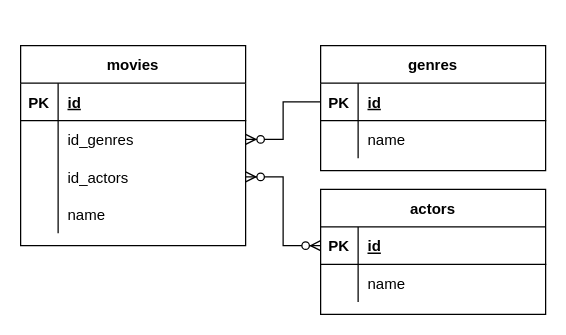
The draw.io diagram dev/images/database_model.drawio in mr-kaspel/restapi-task, before the edit. Source tidied: cells renumbered, new cells numbered last; positions are measured from the earlier drawing's top-left corner, leaving out a move shared by most shapes. Both pictures are drawn from the tidied source at 125%, with x=0, y=0 at pixel (20, 45).
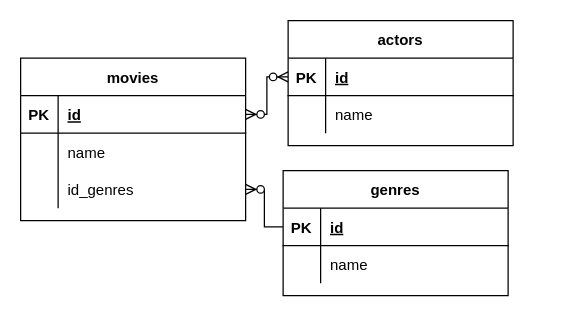
Above is the later version.

Unchanged cells that the change refers to:
```xml
<mxCell id="3" style="shape=tableRow;horizontal=0;startSize=0;swimlaneHead=0;swimlaneBody=0;fillColor=none;points=[[0,0.5],[1,0.5]];portConstraint=eastwest;top=0;left=0;right=0;bottom=1;" parent="2" vertex="1">
  <mxGeometry y="30" width="180" height="30" as="geometry" />
</mxCell>
<mxCell id="16" style="shape=tableRow;horizontal=0;startSize=0;swimlaneHead=0;swimlaneBody=0;fillColor=none;points=[[0,0.5],[1,0.5]];portConstraint=eastwest;top=0;left=0;right=0;bottom=1;" parent="15" vertex="1">
  <mxGeometry y="30" width="180" height="30" as="geometry" />
</mxCell>
<mxCell id="23" style="shape=tableRow;horizontal=0;startSize=0;swimlaneHead=0;swimlaneBody=0;fillColor=none;points=[[0,0.5],[1,0.5]];portConstraint=eastwest;top=0;left=0;right=0;bottom=1;" parent="22" vertex="1">
  <mxGeometry y="30" width="180" height="30" as="geometry" />
</mxCell>
```

Change to the diagram source:
```diff
@@
     <mxCell id="2" value="movies" style="shape=table;startSize=30;childLayout=tableLayout;rowLines=0;fontStyle=1;align=center;" parent="1" vertex="1">
-      <mxGeometry width="180" height="160" as="geometry" />
+      <mxGeometry y="10" width="180" height="130" as="geometry" />
     </mxCell>
@@
+    <mxCell id="12" style="shape=tableRow;horizontal=0;startSize=0;swimlaneHead=0;swimlaneBody=0;fillColor=none;top=0;left=0;right=0;bottom=0;" parent="2" vertex="1">
+      <mxGeometry y="60" width="180" height="30" as="geometry" />
+    </mxCell>
+    <mxCell id="13" style="shape=partialRectangle;fillColor=none;top=0;left=0;bottom=0;right=0;overflow=hidden;" parent="12" vertex="1">
+      <mxGeometry width="30" height="30" as="geometry" />
+    </mxCell>
+    <mxCell id="14" value="name" style="shape=partialRectangle;fillColor=none;top=0;left=0;bottom=0;right=0;align=left;spacingLeft=6;overflow=hidden;" parent="12" vertex="1">
+      <mxGeometry x="30" width="150" height="30" as="geometry" />
+    </mxCell>
     <mxCell id="6" style="shape=tableRow;horizontal=0;startSize=0;swimlaneHead=0;swimlaneBody=0;fillColor=none;points=[[0,0.5],[1,0.5]];portConstraint=eastwest;top=0;left=0;right=0;bottom=0;" parent="2" vertex="1">
-      <mxGeometry y="60" width="180" height="30" as="geometry" />
+      <mxGeometry y="90" width="180" height="30" as="geometry" />
     </mxCell>
@@
-    <mxCell id="9" style="shape=tableRow;horizontal=0;startSize=0;swimlaneHead=0;swimlaneBody=0;fillColor=none;points=[[0,0.5],[1,0.5]];portConstraint=eastwest;top=0;left=0;right=0;bottom=0;" parent="2" vertex="1">
-      <mxGeometry y="90" width="180" height="30" as="geometry" />
-    </mxCell>
-    <mxCell id="10" style="shape=partialRectangle;fillColor=none;top=0;left=0;bottom=0;right=0;overflow=hidden;" parent="9" vertex="1">
-      <mxGeometry width="30" height="30" as="geometry" />
-    </mxCell>
-    <mxCell id="11" value="id_actors" style="shape=partialRectangle;fillColor=none;top=0;left=0;bottom=0;right=0;align=left;spacingLeft=6;overflow=hidden;" parent="9" vertex="1">
-      <mxGeometry x="30" width="150" height="30" as="geometry" />
-    </mxCell>
-    <mxCell id="12" style="shape=tableRow;horizontal=0;startSize=0;swimlaneHead=0;swimlaneBody=0;fillColor=none;top=0;left=0;right=0;bottom=0;" parent="2" vertex="1">
-      <mxGeometry y="120" width="180" height="30" as="geometry" />
-    </mxCell>
-    <mxCell id="13" style="shape=partialRectangle;fillColor=none;top=0;left=0;bottom=0;right=0;overflow=hidden;" parent="12" vertex="1">
-      <mxGeometry width="30" height="30" as="geometry" />
-    </mxCell>
-    <mxCell id="14" value="name" style="shape=partialRectangle;fillColor=none;top=0;left=0;bottom=0;right=0;align=left;spacingLeft=6;overflow=hidden;" parent="12" vertex="1">
-      <mxGeometry x="30" width="150" height="30" as="geometry" />
-    </mxCell>
     <mxCell id="15" value="genres" style="shape=table;startSize=30;childLayout=tableLayout;rowLines=0;fontStyle=1;align=center;" parent="1" vertex="1">
-      <mxGeometry x="240" width="180" height="100" as="geometry" />
+      <mxGeometry x="210" y="100" width="180" height="100" as="geometry" />
     </mxCell>
@@
     <mxCell id="22" value="actors" style="shape=table;startSize=30;childLayout=tableLayout;rowLines=0;fontStyle=1;align=center;" parent="1" vertex="1">
-      <mxGeometry x="240" y="115" width="180" height="100" as="geometry" />
+      <mxGeometry x="214" y="-20" width="180" height="100" as="geometry" />
     </mxCell>
@@
-    <mxCell id="29" style="edgeStyle=elbowEdgeStyle;fontSize=12;html=1;endArrow=ERzeroToMany;endFill=1;startArrow=ERzeroToMany;rounded=0;exitX=1;exitY=0.5;exitDx=0;exitDy=0;entryX=0;entryY=0.5;entryDx=0;entryDy=0;" parent="1" edge="1" source="9" target="23">
+    <mxCell id="29" style="edgeStyle=elbowEdgeStyle;fontSize=12;html=1;endArrow=ERzeroToMany;endFill=1;startArrow=ERzeroToMany;rounded=0;exitX=1;exitY=0.5;exitDx=0;exitDy=0;entryX=0;entryY=0.5;entryDx=0;entryDy=0;" parent="1" edge="1" source="3" target="23">
       <mxGeometry relative="1" as="geometry" />
     </mxCell>
-    <mxCell id="30" style="edgeStyle=elbowEdgeStyle;fontSize=12;html=1;endArrow=ERzeroToMany;endFill=1;rounded=0;exitX=0;exitY=0.5;exitDx=0;exitDy=0;" parent="1" edge="1" source="16">
-      <mxGeometry relative="1" as="geometry">
-        <mxPoint x="180" y="75" as="targetPoint" />
-      </mxGeometry>
+    <mxCell id="30" style="edgeStyle=elbowEdgeStyle;fontSize=12;html=1;endArrow=ERzeroToMany;endFill=1;rounded=0;exitX=0;exitY=0.5;exitDx=0;exitDy=0;entryX=1;entryY=0.5;entryDx=0;entryDy=0;" parent="1" edge="1" source="16" target="6">
+      <mxGeometry relative="1" as="geometry" />
     </mxCell>
```
